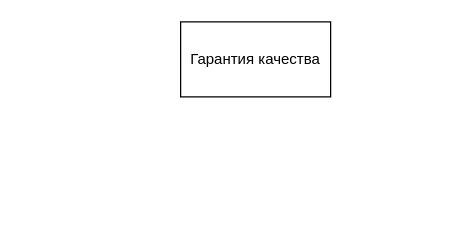
The draw.io diagram page "A6" (8 of 8) of Biểu đồ không có tiêu đề.drawio in quyettranvu/Lab1_IDEF, before the edit. Source tidied: cells renumbered, new cells numbered last; positions are measured from the earlier drawing's top-left corner, leaving out a move shared by most shapes. Both pictures are drawn from the tidied source at 125%, with x=0, y=0 at pixel (180, 21).
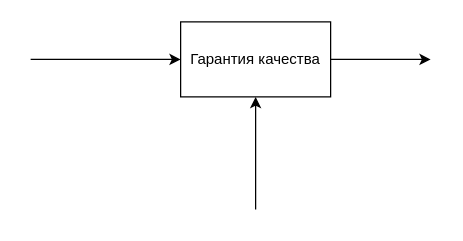
The same diagram, later.

Change to the diagram source:
```diff
@@
 <mxGraphModel>
   <root>
     <mxCell id="0" />
     <mxCell id="1" parent="0" />
     <mxCell id="2" value="Гарантия качества" style="rounded=0;whiteSpace=wrap;html=1;" parent="1" vertex="1">
       <mxGeometry width="120" height="60" as="geometry" />
     </mxCell>
+    <mxCell id="3" style="endArrow=classic;html=1;rounded=0;exitX=1;exitY=0.5;exitDx=0;exitDy=0;" parent="1" edge="1" source="2">
+      <mxGeometry relative="1" as="geometry">
+        <mxPoint x="200" y="30" as="targetPoint" />
+      </mxGeometry>
+    </mxCell>
+    <mxCell id="4" style="endArrow=classic;html=1;rounded=0;entryX=0;entryY=0.5;entryDx=0;entryDy=0;" parent="1" edge="1" target="2">
+      <mxGeometry relative="1" as="geometry">
+        <mxPoint x="-120" y="30" as="sourcePoint" />
+      </mxGeometry>
+    </mxCell>
+    <mxCell id="5" style="endArrow=classic;html=1;rounded=0;entryX=0.5;entryY=1;entryDx=0;entryDy=0;" parent="1" edge="1" target="2">
+      <mxGeometry relative="1" as="geometry">
+        <mxPoint x="60" y="150" as="sourcePoint" />
+      </mxGeometry>
+    </mxCell>
   </root>
 </mxGraphModel>
```
